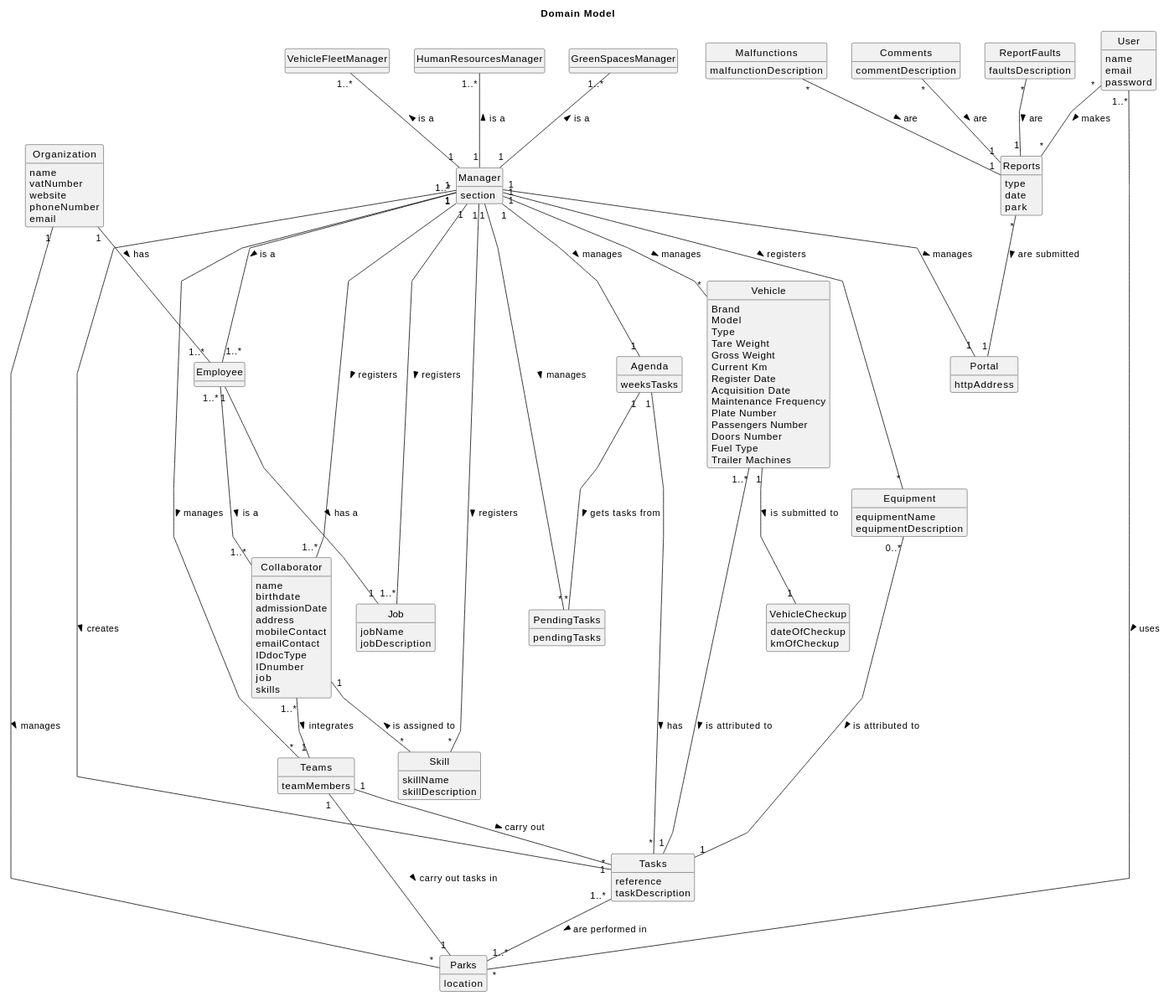
Earlier version of the PlantUML export docs/sprintB/global-artifacts/02.analysis/svg/project-domain-model.svg (Paulo-Pereira-at-ISEP/lei-24-s2-1nanb-g321).
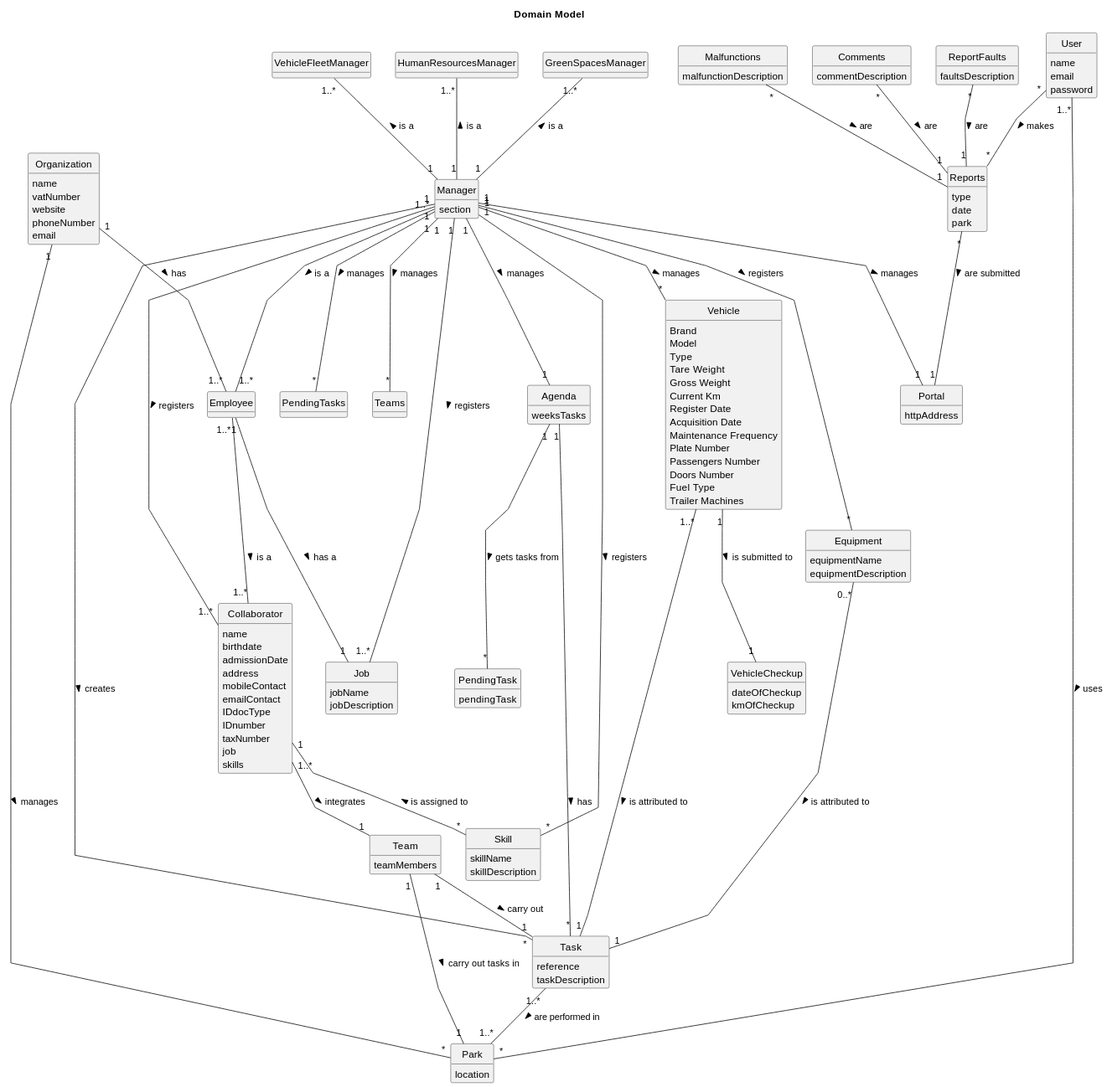
After the change.

Commit message:
LGGPM-107 - Global - Saved Domain Model .puml file as .svg file

What changed in the source:
```diff
@@ -29,6 +29,7 @@
     emailContact
     IDdocType
     IDnumber
+    taxNumber
     job
     skills
 
@@ -92,21 +93,21 @@
 }
 
 
-class Tasks {
+class Task {
     reference
     taskDescription
 
 }
 
-class PendingTasks{
-    pendingTasks
+class PendingTask{
+    pendingTask
 }
 
-class Teams {
+class Team {
     teamMembers
 }
 
-class Parks {
+class Park {
     location
 }
 
@@ -150,27 +151,27 @@
 Manager "1" -- "*" PendingTasks: manages >
 Manager "1" -- "*" Equipment: registers >
 Manager "1" -- "*" Vehicle: manages >
-Manager "1" -- "*" Tasks: creates >
+Manager "1" -- "*" Task: creates >
 Manager "1" -- "*" Teams: manages >
 Manager "1" --up "1..*" HumanResourcesManager: is a >
 Manager "1" --up "1..*" VehicleFleetManager: is a >
 Manager "1" --up "1..*" GreenSpacesManager: is a >
 
-Agenda "1" -- "*" PendingTasks: gets tasks from >
+Agenda "1" -- "*" PendingTask: gets tasks from >
 
 
-User "1..*" -- "*" Parks: uses >
+User "1..*" -- "*" Park: uses >
 User "*" -- "*" Reports: makes >
 
 Comments "*" -- "1" Reports: are >
 ReportFaults "*" -- "1" Reports: are >
 Malfunctions "*" -- "1" Reports: are >
 
-Teams "1" -- "1" Parks: carry out tasks in >
-Teams "1" -- "1" Tasks: carry out >
+Team "1" -- "1" Park: carry out tasks in >
+Team "1" -- "1" Task: carry out >
 
 
-Organization "1" -- "*" Parks: manages >
+Organization "1" -- "*" Park: manages >
 Organization "1" -- "1..*" Employee : has >
 
 
@@ -178,18 +179,18 @@
 Employee "1" -- "1" Job: has a >
 
 Collaborator "1" -- "*" Skill: is assigned to <
-Collaborator "1..*" -- "1" Teams: integrates >
+Collaborator "1..*" -- "1" Team: integrates >
 
 
 
-Vehicle "1..*" -- "1" Tasks: is attributed to >
+Vehicle "1..*" -- "1" Task: is attributed to >
 Vehicle "1" -- "1" VehicleCheckup: is submitted to >
-Equipment "0..*" -- "1" Tasks: is attributed to >
+Equipment "0..*" -- "1" Task: is attributed to >
 
-Agenda "1" -- "*" Tasks: has >
+Agenda "1" -- "*" Task: has >
 
 
-Tasks "1..*" -- "1..*" Parks: are performed in >
+Task "1..*" -- "1..*" Park: are performed in >
 
 
 
```
